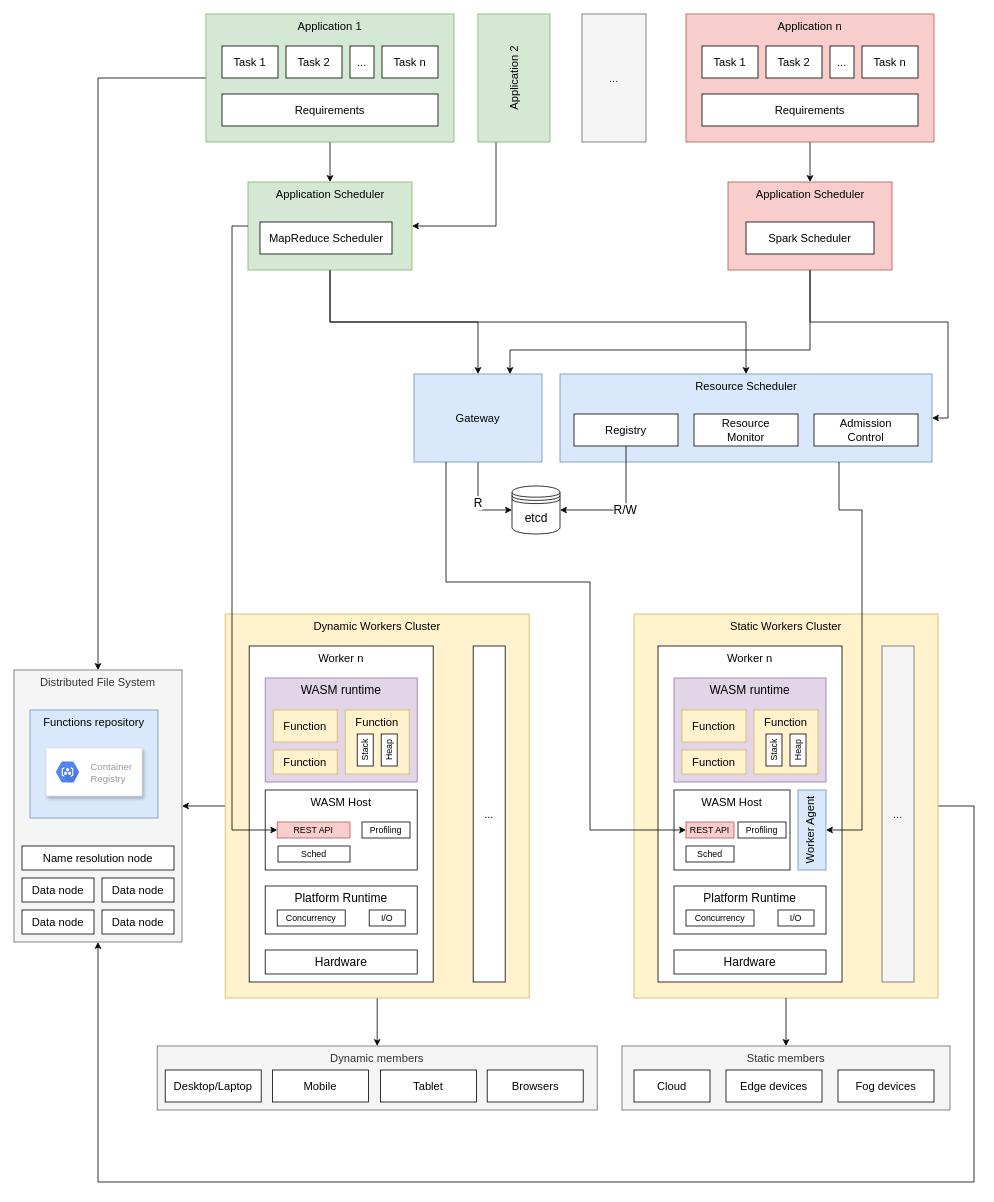
The draw.io diagram page "architecture" (1 of 2) of fedra/images/architecture.drawio in jiayihu/fedra-thesis, before the edit. Source tidied: cells renumbered, new cells numbered last; positions are measured from the earlier drawing's top-left corner, leaving out a move shared by most shapes. Both pictures are drawn from the tidied source at 80%, with x=0, y=0 at pixel (14, 14).
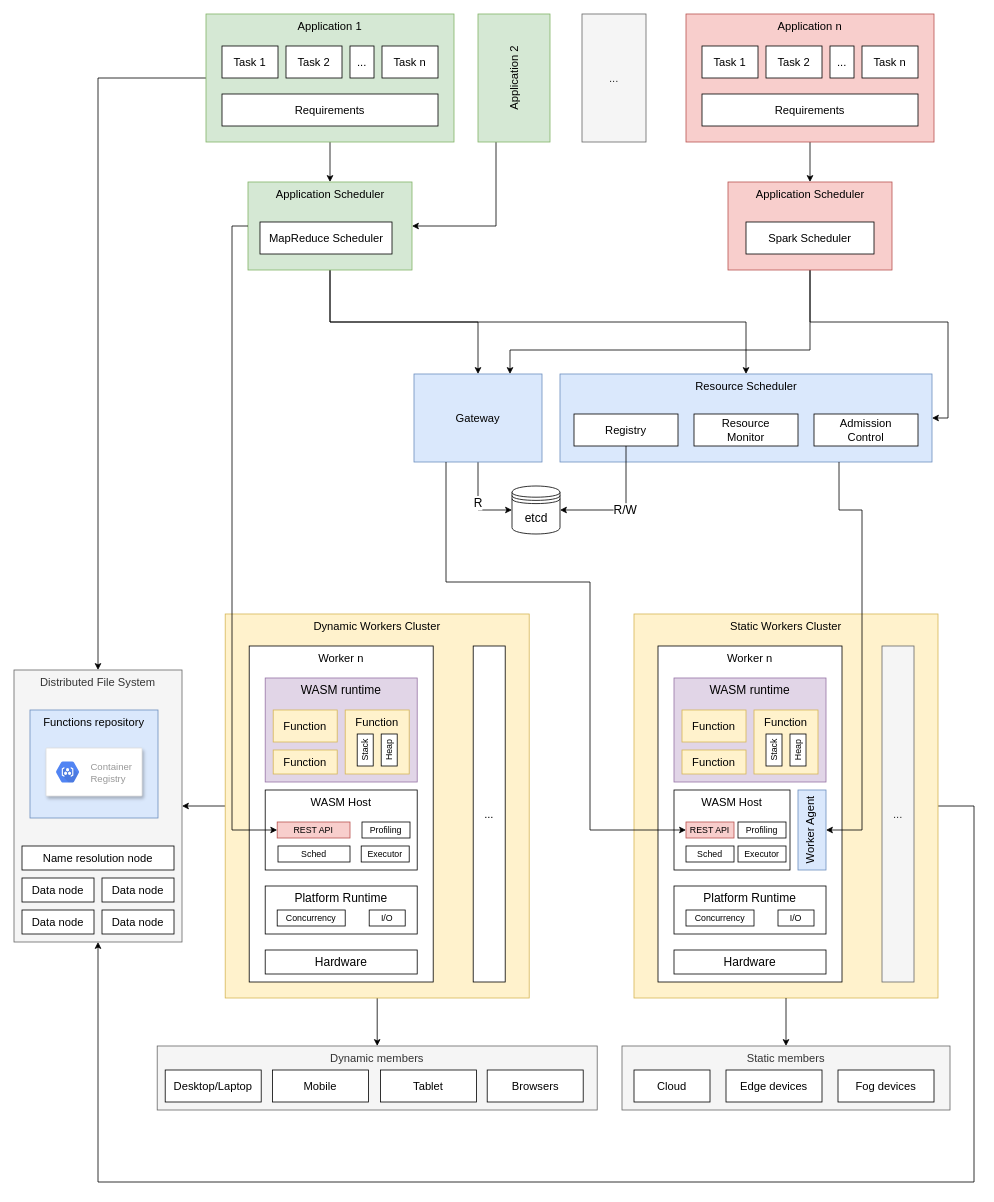
The same page after the edit.

Change to the diagram source:
```diff
@@
+    <mxCell id="96" value="Executor" style="rounded=0;whiteSpace=wrap;html=1;fontSize=11;" parent="1" vertex="1">
+      <mxGeometry x="905" y="1040" width="60" height="20" as="geometry" />
+    </mxCell>
+    <mxCell id="97" value="Executor" style="rounded=0;whiteSpace=wrap;html=1;fontSize=11;" parent="1" vertex="1">
+      <mxGeometry x="434" y="1040" width="60" height="20" as="geometry" />
+    </mxCell>
```
